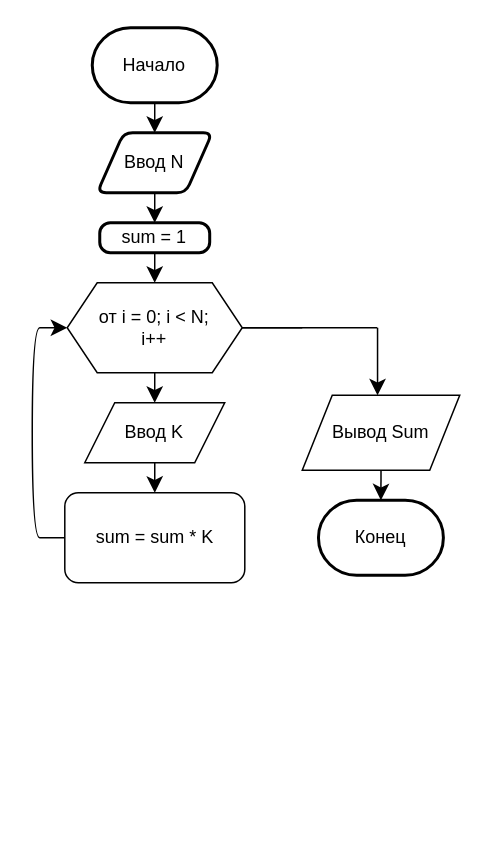
Above: ex1_tusk1/ex1_t1.drawio in EverlastingSS/tusur-assignments (draw.io), before the change. Source tidied: cells renumbered, new cells numbered last; positions are measured from the earlier drawing's top-left corner, leaving out a move shared by most shapes. Both pictures are drawn from the tidied source at 150%, with x=0, y=0 at pixel (32, 27).
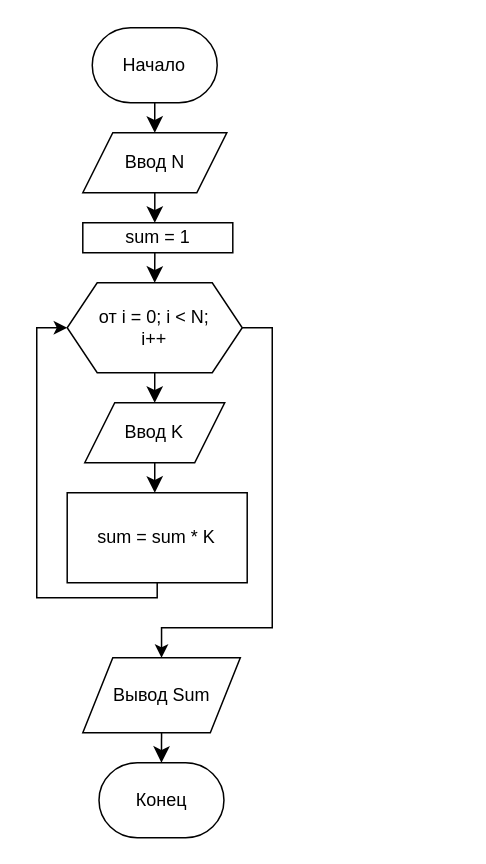
Above is the later version.

What changed in the source:
```diff
@@
-    <mxCell id="2" value="Конец" style="strokeWidth=2;html=1;shape=mxgraph.flowchart.terminator;whiteSpace=wrap;" parent="1" vertex="1">
-      <mxGeometry x="190.8" y="315" width="83.3" height="50" as="geometry" />
+    <mxCell id="2" value="Конец" style="strokeWidth=1;html=1;shape=mxgraph.flowchart.terminator;whiteSpace=wrap;" parent="1" vertex="1">
+      <mxGeometry x="44.5" y="490" width="83.3" height="50" as="geometry" />
     </mxCell>
-    <mxCell id="3" style="edgeStyle=none;curved=1;rounded=0;jettySize=auto;html=1;exitX=0.5;exitY=1;exitDx=0;exitDy=0;exitPerimeter=0;entryX=0.5;entryY=0;entryDx=0;entryDy=0;fontSize=12;startSize=8;endSize=8;" parent="1" edge="1" source="4" target="6">
-      <mxGeometry relative="1" as="geometry" />
-    </mxCell>
+    <mxCell id="21" style="edgeStyle=none;curved=1;rounded=0;jettySize=auto;html=1;exitX=0.5;exitY=1;exitDx=0;exitDy=0;exitPerimeter=0;entryX=0.5;entryY=0;entryDx=0;entryDy=0;fontSize=12;startSize=8;endSize=8;" parent="1" edge="1" source="4">
+      <mxGeometry relative="1" as="geometry">
+        <mxPoint x="81.7" y="70" as="targetPoint" />
+      </mxGeometry>
+    </mxCell>
-    <mxCell id="4" value="Начало" style="strokeWidth=2;html=1;shape=mxgraph.flowchart.terminator;whiteSpace=wrap;" parent="1" vertex="1">
+    <mxCell id="4" value="Начало" style="strokeWidth=1;html=1;shape=mxgraph.flowchart.terminator;whiteSpace=wrap;" parent="1" vertex="1">
       <mxGeometry x="40" width="83.3" height="50" as="geometry" />
     </mxCell>
-    <mxCell id="5" style="edgeStyle=none;curved=1;rounded=0;jettySize=auto;html=1;exitX=0.5;exitY=1;exitDx=0;exitDy=0;entryX=0.5;entryY=0;entryDx=0;entryDy=0;fontSize=12;startSize=8;endSize=8;" parent="1" edge="1" source="6" target="8">
-      <mxGeometry relative="1" as="geometry" />
-    </mxCell>
+    <mxCell id="22" style="edgeStyle=none;curved=1;rounded=0;orthogonalLoop=1;jettySize=auto;html=1;exitX=0.5;exitY=1;exitDx=0;exitDy=0;entryX=0.5;entryY=0;entryDx=0;entryDy=0;fontSize=12;startSize=8;endSize=8;" parent="1" edge="1">
+      <mxGeometry relative="1" as="geometry">
+        <mxPoint x="81.7" y="110" as="sourcePoint" />
+        <mxPoint x="81.7" y="130" as="targetPoint" />
+      </mxGeometry>
+    </mxCell>
+    <mxCell id="23" style="edgeStyle=none;curved=1;rounded=0;jettySize=auto;html=1;exitX=0.5;exitY=1;exitDx=0;exitDy=0;entryX=0.5;entryY=0;entryDx=0;entryDy=0;fontSize=12;startSize=8;endSize=8;" parent="1" edge="1" target="10">
+      <mxGeometry relative="1" as="geometry">
+        <mxPoint x="81.7" y="150" as="sourcePoint" />
+      </mxGeometry>
+    </mxCell>
+    <mxCell id="9" style="edgeStyle=none;curved=1;rounded=0;jettySize=auto;html=1;exitX=0.5;exitY=1;exitDx=0;exitDy=0;entryX=0.5;entryY=0;entryDx=0;entryDy=0;fontSize=12;startSize=8;endSize=8;" parent="1" edge="1" source="10" target="14">
+      <mxGeometry relative="1" as="geometry" />
+    </mxCell>
+    <mxCell id="24" style="edgeStyle=orthogonalEdgeStyle;rounded=0;jettySize=auto;html=1;exitX=1;exitY=0.5;exitDx=0;exitDy=0;entryX=0.5;entryY=0;entryDx=0;entryDy=0;" parent="1" edge="1" source="10" target="16">
+      <mxGeometry relative="1" as="geometry">
+        <Array as="points">
+          <mxPoint x="160" y="200" />
+          <mxPoint x="160" y="400" />
+          <mxPoint x="86" y="400" />
+        </Array>
+      </mxGeometry>
+    </mxCell>
+    <mxCell id="10" value="от i = 0; i &amp;lt; N; &lt;br&gt;i++" style="shape=hexagon;perimeter=hexagonPerimeter2;whiteSpace=wrap;html=1;fixedSize=1;" parent="1" vertex="1">
+      <mxGeometry x="23.3" y="170" width="116.7" height="60" as="geometry" />
+    </mxCell>
+    <mxCell id="25" style="edgeStyle=none;curved=1;rounded=0;jettySize=auto;html=1;exitX=0.5;exitY=1;exitDx=0;exitDy=0;entryX=0.5;entryY=0;entryDx=0;entryDy=0;fontSize=12;startSize=8;endSize=8;" parent="1" edge="1" source="14">
+      <mxGeometry relative="1" as="geometry">
+        <mxPoint x="81.7" y="310" as="targetPoint" />
+      </mxGeometry>
+    </mxCell>
+    <mxCell id="14" value="Ввод K" style="shape=parallelogram;perimeter=parallelogramPerimeter;whiteSpace=wrap;html=1;fixedSize=1;" parent="1" vertex="1">
+      <mxGeometry x="35" y="250" width="93.3" height="40" as="geometry" />
+    </mxCell>
+    <mxCell id="26" style="edgeStyle=none;curved=1;rounded=0;orthogonalLoop=1;jettySize=auto;html=1;entryX=0;entryY=0.5;entryDx=0;entryDy=0;fontSize=12;startSize=8;endSize=8;" parent="1" edge="1">
+      <mxGeometry relative="1" as="geometry">
+        <mxPoint x="21.7" y="340" as="sourcePoint" />
+        <mxPoint x="21.7" y="340" as="targetPoint" />
+      </mxGeometry>
+    </mxCell>
+    <mxCell id="16" value="Вывод Sum" style="shape=parallelogram;perimeter=parallelogramPerimeter;whiteSpace=wrap;html=1;fixedSize=1;" parent="1" vertex="1">
+      <mxGeometry x="33.7" y="420" width="105" height="50" as="geometry" />
+    </mxCell>
+    <mxCell id="20" style="edgeStyle=none;curved=1;rounded=0;jettySize=auto;html=1;exitX=0.5;exitY=1;exitDx=0;exitDy=0;entryX=0.5;entryY=0;entryDx=0;entryDy=0;entryPerimeter=0;fontSize=12;startSize=8;endSize=8;" parent="1" edge="1" source="16" target="2">
+      <mxGeometry relative="1" as="geometry" />
+    </mxCell>
-    <mxCell id="6" value="Ввод N" style="shape=parallelogram;html=1;strokeWidth=2;perimeter=parallelogramPerimeter;whiteSpace=wrap;rounded=1;arcSize=12;size=0.23;" parent="1" vertex="1">
-      <mxGeometry x="43.3" y="70" width="76.7" height="40" as="geometry" />
+    <mxCell id="6" value="Ввод N" style="shape=parallelogram;perimeter=parallelogramPerimeter;whiteSpace=wrap;html=1;fixedSize=1;" parent="1" vertex="1">
+      <mxGeometry x="33.7" y="70" width="96" height="40" as="geometry" />
     </mxCell>
-    <mxCell id="7" style="edgeStyle=none;curved=1;rounded=0;jettySize=auto;html=1;exitX=0.5;exitY=1;exitDx=0;exitDy=0;entryX=0.5;entryY=0;entryDx=0;entryDy=0;fontSize=12;startSize=8;endSize=8;" parent="1" edge="1" source="8" target="10">
-      <mxGeometry relative="1" as="geometry" />
-    </mxCell>
-    <mxCell id="8" value="sum = 1" style="rounded=1;whiteSpace=wrap;html=1;absoluteArcSize=1;arcSize=14;strokeWidth=2;" parent="1" vertex="1">
-      <mxGeometry x="45" y="130" width="73.3" height="20" as="geometry" />
+    <mxCell id="8" value="sum = 1" style="rounded=0;whiteSpace=wrap;html=1;" parent="1" vertex="1">
+      <mxGeometry x="33.7" y="130" width="100" height="20" as="geometry" />
     </mxCell>
-    <mxCell id="9" style="edgeStyle=none;curved=1;rounded=0;jettySize=auto;html=1;exitX=0.5;exitY=1;exitDx=0;exitDy=0;entryX=0.5;entryY=0;entryDx=0;entryDy=0;fontSize=12;startSize=8;endSize=8;" parent="1" edge="1" source="10" target="14">
-      <mxGeometry relative="1" as="geometry" />
-    </mxCell>
-    <mxCell id="10" value="от i = 0; i &amp;lt; N; &lt;br&gt;i++" style="shape=hexagon;perimeter=hexagonPerimeter2;whiteSpace=wrap;html=1;fixedSize=1;" parent="1" vertex="1">
-      <mxGeometry x="23.3" y="170" width="116.7" height="60" as="geometry" />
-    </mxCell>
-    <mxCell id="11" style="edgeStyle=none;curved=1;rounded=0;jettySize=auto;html=1;exitX=0;exitY=0.5;exitDx=0;exitDy=0;fontSize=12;startSize=8;endSize=8;entryX=0;entryY=0.5;entryDx=0;entryDy=0;" parent="1" edge="1" source="12" target="10">
+    <mxCell id="11" style="edgeStyle=orthogonalEdgeStyle;rounded=0;jettySize=auto;html=1;exitX=0.5;exitY=1;exitDx=0;exitDy=0;entryX=0;entryY=0.5;entryDx=0;entryDy=0;" parent="1" edge="1" source="12" target="10">
       <mxGeometry relative="1" as="geometry">
         <Array as="points">
-          <mxPoint x="10" y="340" />
-          <mxPoint y="340" />
-          <mxPoint y="200" />
-          <mxPoint x="10" y="200" />
+          <mxPoint x="83" y="380" />
+          <mxPoint x="3" y="380" />
+          <mxPoint x="3" y="200" />
         </Array>
       </mxGeometry>
     </mxCell>
-    <mxCell id="12" value="sum = sum * K" style="rounded=1;whiteSpace=wrap;html=1;" parent="1" vertex="1">
-      <mxGeometry x="21.7" y="310" width="120" height="60" as="geometry" />
+    <mxCell id="12" value="sum = sum * K" style="rounded=0;whiteSpace=wrap;html=1;" parent="1" vertex="1">
+      <mxGeometry x="23.3" y="310" width="120" height="60" as="geometry" />
     </mxCell>
-    <mxCell id="13" style="edgeStyle=none;curved=1;rounded=0;jettySize=auto;html=1;exitX=0.5;exitY=1;exitDx=0;exitDy=0;entryX=0.5;entryY=0;entryDx=0;entryDy=0;fontSize=12;startSize=8;endSize=8;" parent="1" edge="1" source="14" target="12">
-      <mxGeometry relative="1" as="geometry" />
-    </mxCell>
-    <mxCell id="14" value="Ввод K" style="shape=parallelogram;perimeter=parallelogramPerimeter;whiteSpace=wrap;html=1;fixedSize=1;" parent="1" vertex="1">
-      <mxGeometry x="35" y="250" width="93.3" height="40" as="geometry" />
-    </mxCell>
-    <mxCell id="15" style="edgeStyle=none;curved=1;rounded=0;orthogonalLoop=1;jettySize=auto;html=1;entryX=0;entryY=0.5;entryDx=0;entryDy=0;fontSize=12;startSize=8;endSize=8;" parent="1" edge="1" source="12" target="12">
-      <mxGeometry relative="1" as="geometry" />
-    </mxCell>
-    <mxCell id="16" value="Вывод Sum" style="shape=parallelogram;perimeter=parallelogramPerimeter;whiteSpace=wrap;html=1;fixedSize=1;" parent="1" vertex="1">
-      <mxGeometry x="180" y="245" width="105" height="50" as="geometry" />
-    </mxCell>
-    <mxCell id="17" style="endArrow=none;html=1;rounded=0;fontSize=12;startSize=8;endSize=8;curved=1;exitX=1;exitY=0.5;exitDx=0;exitDy=0;" parent="1" edge="1" source="10">
-      <mxGeometry relative="1" as="geometry">
-        <mxPoint x="180" y="200" as="targetPoint" />
-      </mxGeometry>
-    </mxCell>
-    <mxCell id="18" style="endArrow=none;html=1;rounded=0;fontSize=12;startSize=8;endSize=8;curved=1;exitX=1;exitY=0.5;exitDx=0;exitDy=0;" parent="1" edge="1" source="10">
-      <mxGeometry relative="1" as="geometry">
-        <mxPoint x="230" y="200" as="targetPoint" />
-      </mxGeometry>
-    </mxCell>
-    <mxCell id="19" style="endArrow=classic;html=1;rounded=0;fontSize=12;startSize=8;endSize=8;curved=1;entryX=0.5;entryY=0;entryDx=0;entryDy=0;" parent="1" edge="1">
-      <mxGeometry relative="1" as="geometry">
-        <mxPoint x="230.2" y="200" as="sourcePoint" />
-        <mxPoint x="230.2" y="245" as="targetPoint" />
-      </mxGeometry>
-    </mxCell>
-    <mxCell id="20" style="edgeStyle=none;curved=1;rounded=0;jettySize=auto;html=1;exitX=0.5;exitY=1;exitDx=0;exitDy=0;entryX=0.5;entryY=0;entryDx=0;entryDy=0;entryPerimeter=0;fontSize=12;startSize=8;endSize=8;" parent="1" edge="1" source="16" target="2">
-      <mxGeometry relative="1" as="geometry" />
-    </mxCell>
```
